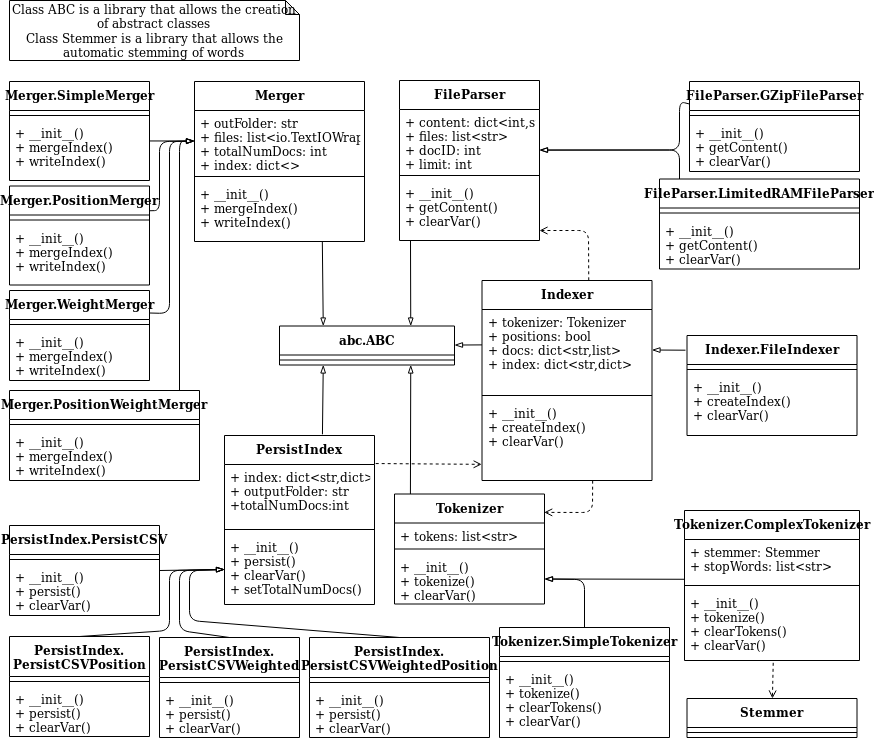
This is Diagrams/ClassDiagram_assign2.png from joao-alegria/RI, a draw.io export, as it was before one commit. Source tidied: cells renumbered, new cells last; positions are measured from the earlier drawing's top-left corner, leaving out a move shared by most shapes.
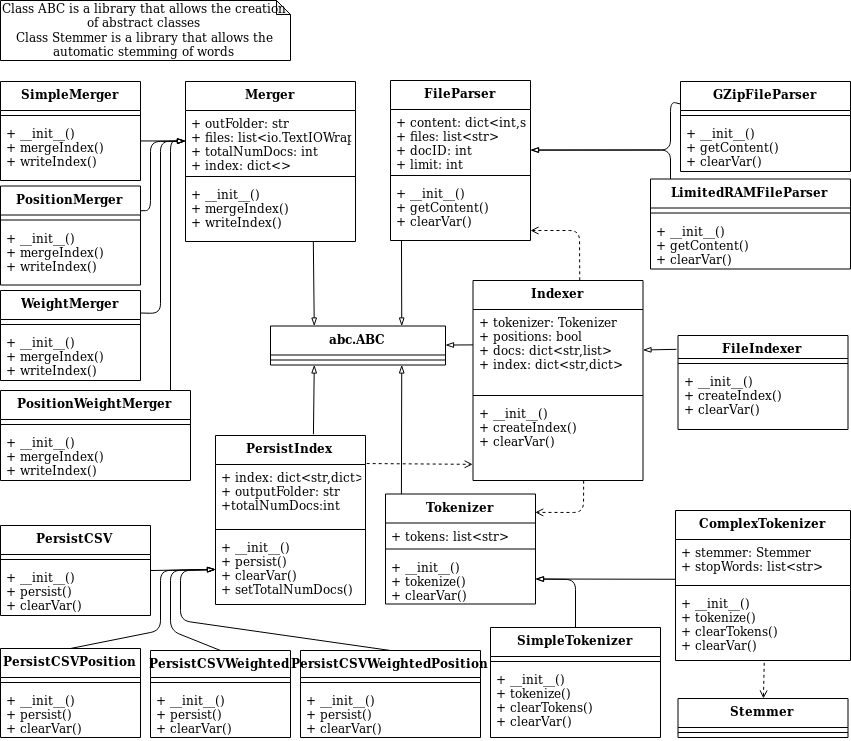
After the commit.

What changed in the source:
```diff
@@ -2,7 +2,7 @@
   <root>
     <mxCell id="0" />
     <mxCell id="1" parent="0" />
-    <mxCell id="2" value="Tokenizer.ComplexTokenizer" style="swimlane;fontStyle=1;align=center;verticalAlign=top;horizontal=1;startSize=29;" parent="1" vertex="1">
+    <mxCell id="2" value="ComplexTokenizer" style="swimlane;fontStyle=1;align=center;verticalAlign=top;horizontal=1;startSize=29;" parent="1" vertex="1">
       <mxGeometry x="675" y="510" width="175" height="150" as="geometry" />
     </mxCell>
     <mxCell id="3" value="+ stemmer: Stemmer&#10;+ stopWords: list&lt;str&gt;&#10;" style="text;strokeColor=none;fillColor=none;align=left;verticalAlign=top;spacingLeft=4;spacingRight=4;overflow=hidden;points=[[0,0.5],[1,0.5]];portConstraint=eastwest;" parent="2" vertex="1">
@@ -20,7 +20,7 @@
     <mxCell id="7" style="line;strokeWidth=1;fillColor=none;align=left;verticalAlign=middle;spacingTop=-1;spacingLeft=3;spacingRight=3;labelPosition=right;" parent="6" vertex="1">
       <mxGeometry y="29" width="170" height="10" as="geometry" />
     </mxCell>
-    <mxCell id="8" value="Tokenizer.SimpleTokenizer" style="swimlane;fontStyle=1;align=center;verticalAlign=top;horizontal=1;startSize=29;" parent="1" vertex="1">
+    <mxCell id="8" value="SimpleTokenizer" style="swimlane;fontStyle=1;align=center;verticalAlign=top;horizontal=1;startSize=29;" parent="1" vertex="1">
       <mxGeometry x="490" y="627" width="170" height="110" as="geometry" />
     </mxCell>
     <mxCell id="9" style="line;strokeWidth=1;fillColor=none;align=left;verticalAlign=middle;spacingTop=-1;spacingLeft=3;spacingRight=3;labelPosition=right;" parent="8" vertex="1">
@@ -65,7 +65,7 @@
     <mxCell id="20" value="+ __init__()&#10;+ persist()&#10;+ clearVar()&#10;+ setTotalNumDocs()" style="text;strokeColor=none;fillColor=none;align=left;verticalAlign=top;spacingLeft=4;spacingRight=4;overflow=hidden;points=[[0,0.5],[1,0.5]];portConstraint=eastwest;" parent="17" vertex="1">
       <mxGeometry y="99" width="150" height="70" as="geometry" />
     </mxCell>
-    <mxCell id="21" value="PersistIndex.PersistCSV" style="swimlane;fontStyle=1;align=center;verticalAlign=top;horizontal=1;startSize=29;" parent="1" vertex="1">
+    <mxCell id="21" value="PersistCSV" style="swimlane;fontStyle=1;align=center;verticalAlign=top;horizontal=1;startSize=29;" parent="1" vertex="1">
       <mxGeometry y="525" width="150" height="90" as="geometry" />
     </mxCell>
     <mxCell id="22" style="line;strokeWidth=1;fillColor=none;align=left;verticalAlign=middle;spacingTop=-1;spacingLeft=3;spacingRight=3;labelPosition=right;" parent="21" vertex="1">
@@ -94,7 +94,7 @@
     <mxCell id="29" value="+ __init__()&#10;+ getContent()&#10;+ clearVar()&#10;" style="text;strokeColor=none;fillColor=none;align=left;verticalAlign=top;spacingLeft=4;spacingRight=4;overflow=hidden;points=[[0,0.5],[1,0.5]];portConstraint=eastwest;" parent="26" vertex="1">
       <mxGeometry y="100" width="140" height="60" as="geometry" />
     </mxCell>
-    <mxCell id="30" value="FileParser.GZipFileParser" style="swimlane;fontStyle=1;align=center;verticalAlign=top;horizontal=1;startSize=29;" parent="1" vertex="1">
+    <mxCell id="30" value="GZipFileParser" style="swimlane;fontStyle=1;align=center;verticalAlign=top;horizontal=1;startSize=29;" parent="1" vertex="1">
       <mxGeometry x="680" y="81" width="170" height="90" as="geometry" />
     </mxCell>
     <mxCell id="31" style="line;strokeWidth=1;fillColor=none;align=left;verticalAlign=middle;spacingTop=-1;spacingLeft=3;spacingRight=3;labelPosition=right;" parent="30" vertex="1">
@@ -121,14 +121,14 @@
     <mxCell id="35" value="&lt;div&gt;Class ABC is a library that allows the creation of abstract classes&lt;br&gt;&lt;/div&gt;&lt;div&gt;Class Stemmer is a library that allows the automatic stemming of words&lt;br&gt;&lt;/div&gt;" style="shape=note;whiteSpace=wrap;html=1;backgroundOutline=1;darkOpacity=0.05;size=14;" parent="1" vertex="1">
       <mxGeometry width="290" height="60" as="geometry" />
     </mxCell>
-    <mxCell id="36" value="PersistIndex.&#10;PersistCSVWeighted" style="swimlane;fontStyle=1;align=center;verticalAlign=top;horizontal=1;startSize=40;" parent="1" vertex="1">
-      <mxGeometry x="150" y="637" width="140" height="100" as="geometry" />
+    <mxCell id="36" value="PersistCSVWeighted" style="swimlane;fontStyle=1;align=center;verticalAlign=top;horizontal=1;startSize=27;" parent="1" vertex="1">
+      <mxGeometry x="150" y="650" width="140" height="87" as="geometry" />
     </mxCell>
     <mxCell id="37" style="line;strokeWidth=1;fillColor=none;align=left;verticalAlign=middle;spacingTop=-1;spacingLeft=3;spacingRight=3;labelPosition=right;" parent="36" vertex="1">
-      <mxGeometry y="40" width="140" height="10" as="geometry" />
+      <mxGeometry y="27" width="140" height="10" as="geometry" />
     </mxCell>
     <mxCell id="38" value="+ __init__()&#10;+ persist()&#10;+ clearVar()&#10;" style="text;strokeColor=none;fillColor=none;align=left;verticalAlign=top;spacingLeft=4;spacingRight=4;overflow=hidden;" parent="36" vertex="1">
-      <mxGeometry y="50" width="140" height="50" as="geometry" />
+      <mxGeometry y="37" width="140" height="50" as="geometry" />
     </mxCell>
     <mxCell id="39" style="endArrow=blockThin;html=1;exitX=0.5;exitY=0;exitDx=0;exitDy=0;endFill=0;entryX=0;entryY=0.5;entryDx=0;entryDy=0;" parent="1" edge="1" source="36" target="20">
       <mxGeometry relative="1" as="geometry">
@@ -138,23 +138,23 @@
         </Array>
       </mxGeometry>
     </mxCell>
-    <mxCell id="40" value="PersistIndex.&#10;PersistCSVWeightedPosition" style="swimlane;fontStyle=1;align=center;verticalAlign=top;horizontal=1;startSize=40;" parent="1" vertex="1">
-      <mxGeometry x="300" y="637" width="180" height="100" as="geometry" />
+    <mxCell id="40" value="PersistCSVWeightedPosition" style="swimlane;fontStyle=1;align=center;verticalAlign=top;horizontal=1;startSize=27;" parent="1" vertex="1">
+      <mxGeometry x="300" y="650" width="180" height="87" as="geometry" />
     </mxCell>
     <mxCell id="41" style="line;strokeWidth=1;fillColor=none;align=left;verticalAlign=middle;spacingTop=-1;spacingLeft=3;spacingRight=3;labelPosition=right;" parent="40" vertex="1">
-      <mxGeometry y="40" width="180" height="10" as="geometry" />
+      <mxGeometry y="27" width="180" height="10" as="geometry" />
     </mxCell>
     <mxCell id="42" value="+ __init__()&#10;+ persist()&#10;+ clearVar()&#10;" style="text;strokeColor=none;fillColor=none;align=left;verticalAlign=top;spacingLeft=4;spacingRight=4;overflow=hidden;" parent="40" vertex="1">
-      <mxGeometry y="50" width="180" height="50" as="geometry" />
+      <mxGeometry y="37" width="180" height="50" as="geometry" />
     </mxCell>
-    <mxCell id="43" value="PersistIndex.&#10;PersistCSVPosition" style="swimlane;fontStyle=1;align=center;verticalAlign=top;horizontal=1;startSize=40;" parent="1" vertex="1">
-      <mxGeometry y="636" width="140" height="100" as="geometry" />
+    <mxCell id="43" value="PersistCSVPosition" style="swimlane;fontStyle=1;align=center;verticalAlign=top;horizontal=1;startSize=29;" parent="1" vertex="1">
+      <mxGeometry y="648" width="140" height="89" as="geometry" />
     </mxCell>
     <mxCell id="44" style="line;strokeWidth=1;fillColor=none;align=left;verticalAlign=middle;spacingTop=-1;spacingLeft=3;spacingRight=3;labelPosition=right;" parent="43" vertex="1">
-      <mxGeometry y="40" width="140" height="10" as="geometry" />
+      <mxGeometry y="29" width="140" height="10" as="geometry" />
     </mxCell>
     <mxCell id="45" value="+ __init__()&#10;+ persist()&#10;+ clearVar()&#10;&#10;" style="text;strokeColor=none;fillColor=none;align=left;verticalAlign=top;spacingLeft=4;spacingRight=4;overflow=hidden;" parent="43" vertex="1">
-      <mxGeometry y="50" width="140" height="50" as="geometry" />
+      <mxGeometry y="39" width="140" height="50" as="geometry" />
     </mxCell>
     <mxCell id="46" style="endArrow=blockThin;html=1;endFill=0;exitX=0.5;exitY=0;exitDx=0;exitDy=0;entryX=0;entryY=0.5;entryDx=0;entryDy=0;" parent="1" edge="1" source="40" target="20">
       <mxGeometry relative="1" as="geometry">
@@ -172,7 +172,7 @@
         </Array>
       </mxGeometry>
     </mxCell>
-    <mxCell id="48" value="FileParser.LimitedRAMFileParser" style="swimlane;fontStyle=1;align=center;verticalAlign=top;horizontal=1;startSize=29;" parent="1" vertex="1">
+    <mxCell id="48" value="LimitedRAMFileParser" style="swimlane;fontStyle=1;align=center;verticalAlign=top;horizontal=1;startSize=29;" parent="1" vertex="1">
       <mxGeometry x="650" y="178.5" width="200" height="90" as="geometry" />
     </mxCell>
     <mxCell id="49" style="line;strokeWidth=1;fillColor=none;align=left;verticalAlign=middle;spacingTop=-1;spacingLeft=3;spacingRight=3;labelPosition=right;" parent="48" vertex="1">
@@ -204,7 +204,7 @@
     <mxCell id="56" style="endArrow=blockThin;html=1;endFill=0;entryX=0.25;entryY=0;entryDx=0;entryDy=0;exitX=0.752;exitY=1.005;exitDx=0;exitDy=0;exitPerimeter=0;" parent="1" edge="1" source="55" target="14">
       <mxGeometry relative="1" as="geometry" />
     </mxCell>
-    <mxCell id="57" value="Merger.SimpleMerger" style="swimlane;fontStyle=1;align=center;verticalAlign=top;horizontal=1;startSize=29;" parent="1" vertex="1">
+    <mxCell id="57" value="SimpleMerger" style="swimlane;fontStyle=1;align=center;verticalAlign=top;horizontal=1;startSize=29;" parent="1" vertex="1">
       <mxGeometry y="81" width="140" height="99" as="geometry" />
     </mxCell>
     <mxCell id="58" style="line;strokeWidth=1;fillColor=none;align=left;verticalAlign=middle;spacingTop=-1;spacingLeft=3;spacingRight=3;labelPosition=right;" parent="57" vertex="1">
@@ -213,7 +213,7 @@
     <mxCell id="59" value="+ __init__()&#10;+ mergeIndex()&#10;+ writeIndex()&#10;" style="text;strokeColor=none;fillColor=none;align=left;verticalAlign=top;spacingLeft=4;spacingRight=4;overflow=hidden;points=[[0,0.5],[1,0.5]];portConstraint=eastwest;" parent="57" vertex="1">
       <mxGeometry y="39" width="140" height="60" as="geometry" />
     </mxCell>
-    <mxCell id="60" value="Merger.PositionMerger" style="swimlane;fontStyle=1;align=center;verticalAlign=top;horizontal=1;startSize=29;" parent="1" vertex="1">
+    <mxCell id="60" value="PositionMerger" style="swimlane;fontStyle=1;align=center;verticalAlign=top;horizontal=1;startSize=29;" parent="1" vertex="1">
       <mxGeometry y="185.5" width="140" height="99" as="geometry" />
     </mxCell>
     <mxCell id="61" style="line;strokeWidth=1;fillColor=none;align=left;verticalAlign=middle;spacingTop=-1;spacingLeft=3;spacingRight=3;labelPosition=right;" parent="60" vertex="1">
@@ -222,7 +222,7 @@
     <mxCell id="62" value="+ __init__()&#10;+ mergeIndex()&#10;+ writeIndex()&#10;" style="text;strokeColor=none;fillColor=none;align=left;verticalAlign=top;spacingLeft=4;spacingRight=4;overflow=hidden;" parent="60" vertex="1">
       <mxGeometry y="39" width="140" height="60" as="geometry" />
     </mxCell>
-    <mxCell id="63" value="Merger.WeightMerger" style="swimlane;fontStyle=1;align=center;verticalAlign=top;horizontal=1;startSize=29;" parent="1" vertex="1">
+    <mxCell id="63" value="WeightMerger" style="swimlane;fontStyle=1;align=center;verticalAlign=top;horizontal=1;startSize=29;" parent="1" vertex="1">
       <mxGeometry y="290" width="140" height="90" as="geometry" />
     </mxCell>
     <mxCell id="64" style="line;strokeWidth=1;fillColor=none;align=left;verticalAlign=middle;spacingTop=-1;spacingLeft=3;spacingRight=3;labelPosition=right;" parent="63" vertex="1">
@@ -231,7 +231,7 @@
     <mxCell id="65" value="+ __init__()&#10;+ mergeIndex()&#10;+ writeIndex()&#10;" style="text;strokeColor=none;fillColor=none;align=left;verticalAlign=top;spacingLeft=4;spacingRight=4;overflow=hidden;" parent="63" vertex="1">
       <mxGeometry y="39" width="140" height="51" as="geometry" />
     </mxCell>
-    <mxCell id="66" value="Merger.PositionWeightMerger" style="swimlane;fontStyle=1;align=center;verticalAlign=top;horizontal=1;startSize=29;" parent="1" vertex="1">
+    <mxCell id="66" value="PositionWeightMerger" style="swimlane;fontStyle=1;align=center;verticalAlign=top;horizontal=1;startSize=29;" parent="1" vertex="1">
       <mxGeometry y="390" width="190" height="90" as="geometry" />
     </mxCell>
     <mxCell id="67" style="line;strokeWidth=1;fillColor=none;align=left;verticalAlign=middle;spacingTop=-1;spacingLeft=3;spacingRight=3;labelPosition=right;" parent="66" vertex="1">
@@ -279,14 +279,14 @@
     <mxCell id="76" value="+ __init__()&#10;+ createIndex()&#10;+ clearVar()" style="text;strokeColor=none;fillColor=none;align=left;verticalAlign=top;spacingLeft=4;spacingRight=4;overflow=hidden;points=[[0,0.5],[1,0.5]];portConstraint=eastwest;" parent="73" vertex="1">
       <mxGeometry y="120" width="170" height="80" as="geometry" />
     </mxCell>
-    <mxCell id="77" value="Indexer.FileIndexer" style="swimlane;fontStyle=1;align=center;verticalAlign=top;horizontal=1;startSize=29;" parent="1" vertex="1">
-      <mxGeometry x="677.5" y="335" width="170" height="100" as="geometry" />
+    <mxCell id="77" value="FileIndexer" style="swimlane;fontStyle=1;align=center;verticalAlign=top;horizontal=1;startSize=23;" parent="1" vertex="1">
+      <mxGeometry x="677.5" y="335" width="170" height="94" as="geometry" />
     </mxCell>
     <mxCell id="78" style="line;strokeWidth=1;fillColor=none;align=left;verticalAlign=middle;spacingTop=-1;spacingLeft=3;spacingRight=3;labelPosition=right;" parent="77" vertex="1">
-      <mxGeometry y="29" width="170" height="10" as="geometry" />
+      <mxGeometry y="23" width="170" height="10" as="geometry" />
     </mxCell>
     <mxCell id="79" value="+ __init__()&#10;+ createIndex()&#10;+ clearVar()&#10;&#10;" style="text;strokeColor=none;fillColor=none;align=left;verticalAlign=top;spacingLeft=4;spacingRight=4;overflow=hidden;" parent="77" vertex="1">
-      <mxGeometry y="39" width="170" height="61" as="geometry" />
+      <mxGeometry y="33" width="170" height="61" as="geometry" />
     </mxCell>
     <mxCell id="80" style="endArrow=blockThin;html=1;endFill=0;entryX=1;entryY=0.5;entryDx=0;entryDy=0;exitX=-0.009;exitY=0.147;exitDx=0;exitDy=0;exitPerimeter=0;" parent="1" edge="1" source="77" target="74">
       <mxGeometry relative="1" as="geometry" />
```
